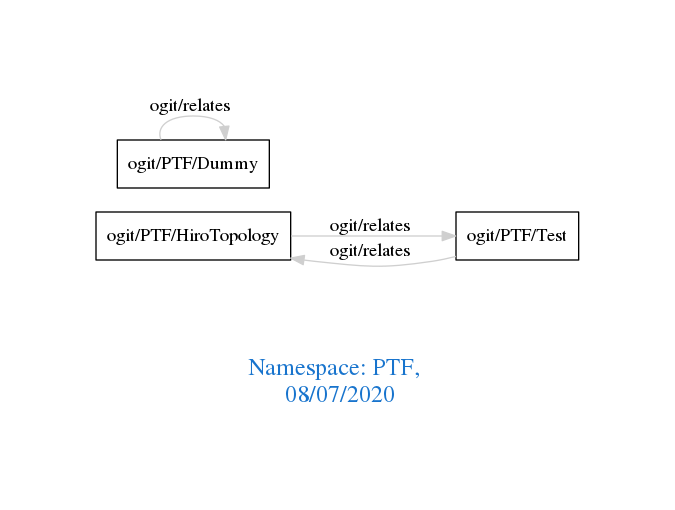
Above: downloads/PTF.png in arago/OGIT (Graphviz), before the change. Its source is kept beside it as downloads/PTF.dot.
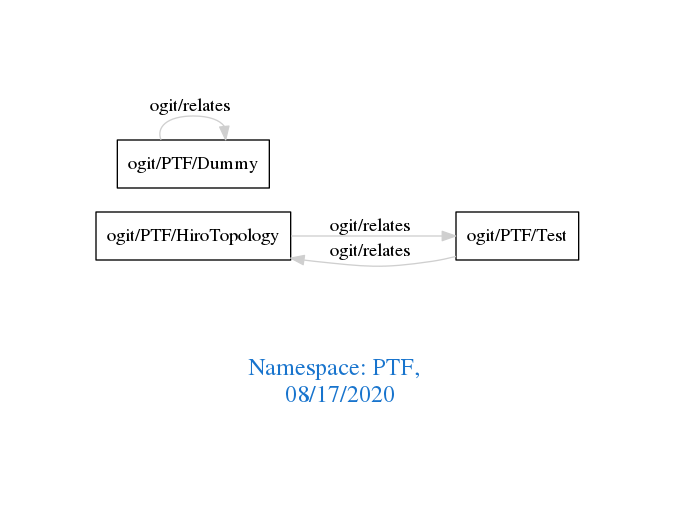
Later version of the same file.

Change to the diagram source:
```diff
@@ -1,7 +1,7 @@
 digraph OGIT_ontology {
  graph [ rankdir= LR,pad=1
 fontsize = 18,
-fontcolor= dodgerblue3,label = "\n\n\nNamespace: PTF, \n 08/07/2020"];
+fontcolor= dodgerblue3,label = "\n\n\nNamespace: PTF, \n 08/17/2020"];
 node[shape=polygon];
 edge [  color="gray81"];
 
```
